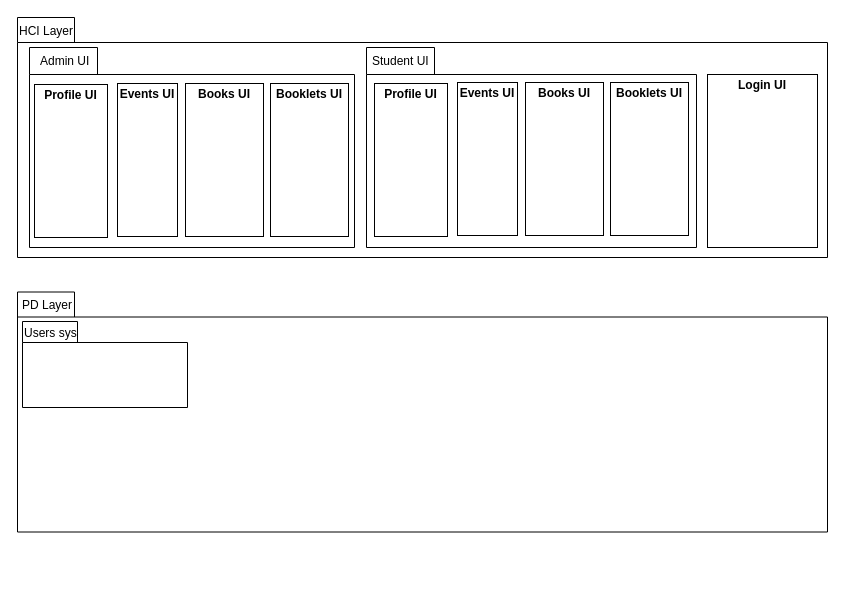
This is Package Diagram.drawio from m-bassiri/HamyarApp, a draw.io file, before an edit. Source tidied: cells renumbered, new cells numbered last; positions are measured from the earlier drawing's top-left corner, leaving out a move shared by most shapes. Both pictures are drawn from the tidied source at 100%, with x=0, y=0 at pixel (17, 17).
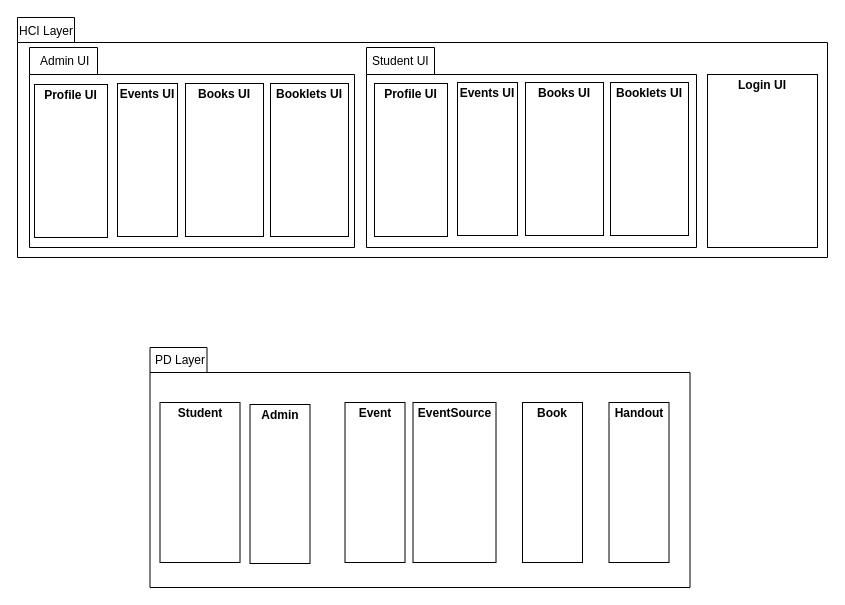
After the change.

What changed in the source:
```diff
@@
     <mxCell id="17" style="shape=folder;fontStyle=1;spacingTop=10;tabWidth=57;tabHeight=25;tabPosition=left;html=1;" parent="1" vertex="1">
-      <mxGeometry y="274.5" width="810" height="240" as="geometry" />
+      <mxGeometry x="132.5" y="330" width="540" height="240" as="geometry" />
     </mxCell>
     <mxCell id="18" value="PD Layer" style="text;html=1;align=left;verticalAlign=top;spacingTop=-4;" parent="1" vertex="1">
-      <mxGeometry x="3" y="277.5" width="70" height="20" as="geometry" />
+      <mxGeometry x="135.5" y="332.5" width="70" height="20" as="geometry" />
     </mxCell>
-    <mxCell id="19" style="shape=folder;fontStyle=1;spacingTop=10;tabWidth=55;tabHeight=21;tabPosition=left;html=1;" parent="1" vertex="1">
-      <mxGeometry x="5" y="304" width="165" height="86" as="geometry" />
-    </mxCell>
-    <mxCell id="20" value="Users sys" style="text;html=1;" parent="1" vertex="1">
-      <mxGeometry x="5" y="301.5" width="70" height="30" as="geometry" />
-    </mxCell>
+    <mxCell id="21" value="&lt;p style=&quot;margin: 0px ; margin-top: 4px ; text-align: center&quot;&gt;&lt;b&gt;Student&lt;/b&gt;&lt;/p&gt;" style="verticalAlign=top;align=left;overflow=fill;fontSize=12;fontFamily=Helvetica;html=1;" parent="1" vertex="1">
+      <mxGeometry x="142.5" y="385" width="80" height="160" as="geometry" />
+    </mxCell>
+    <mxCell id="22" value="&lt;p style=&quot;margin: 0px ; margin-top: 4px ; text-align: center&quot;&gt;&lt;b&gt;Admin&lt;/b&gt;&lt;/p&gt;" style="verticalAlign=top;align=left;overflow=fill;fontSize=12;fontFamily=Helvetica;html=1;" parent="1" vertex="1">
+      <mxGeometry x="232.5" y="387" width="60" height="159" as="geometry" />
+    </mxCell>
+    <mxCell id="23" value="&lt;p style=&quot;margin: 0px ; margin-top: 4px ; text-align: center&quot;&gt;&lt;b&gt;Event&lt;/b&gt;&lt;/p&gt;" style="verticalAlign=top;align=left;overflow=fill;fontSize=12;fontFamily=Helvetica;html=1;" parent="1" vertex="1">
+      <mxGeometry x="327.5" y="385" width="60" height="160" as="geometry" />
+    </mxCell>
+    <mxCell id="24" value="&lt;p style=&quot;margin: 0px ; margin-top: 4px ; text-align: center&quot;&gt;&lt;b&gt;EventSource&lt;/b&gt;&lt;/p&gt;" style="verticalAlign=top;align=left;overflow=fill;fontSize=12;fontFamily=Helvetica;html=1;" parent="1" vertex="1">
+      <mxGeometry x="395.5" y="385" width="83" height="160" as="geometry" />
+    </mxCell>
+    <mxCell id="25" value="&lt;p style=&quot;margin: 0px ; margin-top: 4px ; text-align: center&quot;&gt;&lt;b&gt;Book&lt;/b&gt;&lt;/p&gt;" style="verticalAlign=top;align=left;overflow=fill;fontSize=12;fontFamily=Helvetica;html=1;" parent="1" vertex="1">
+      <mxGeometry x="505" y="385" width="60" height="160" as="geometry" />
+    </mxCell>
+    <mxCell id="26" value="&lt;p style=&quot;margin: 0px ; margin-top: 4px ; text-align: center&quot;&gt;&lt;b&gt;Handout&lt;/b&gt;&lt;/p&gt;" style="verticalAlign=top;align=left;overflow=fill;fontSize=12;fontFamily=Helvetica;html=1;" parent="1" vertex="1">
+      <mxGeometry x="591.5" y="385" width="60" height="160" as="geometry" />
+    </mxCell>
```
